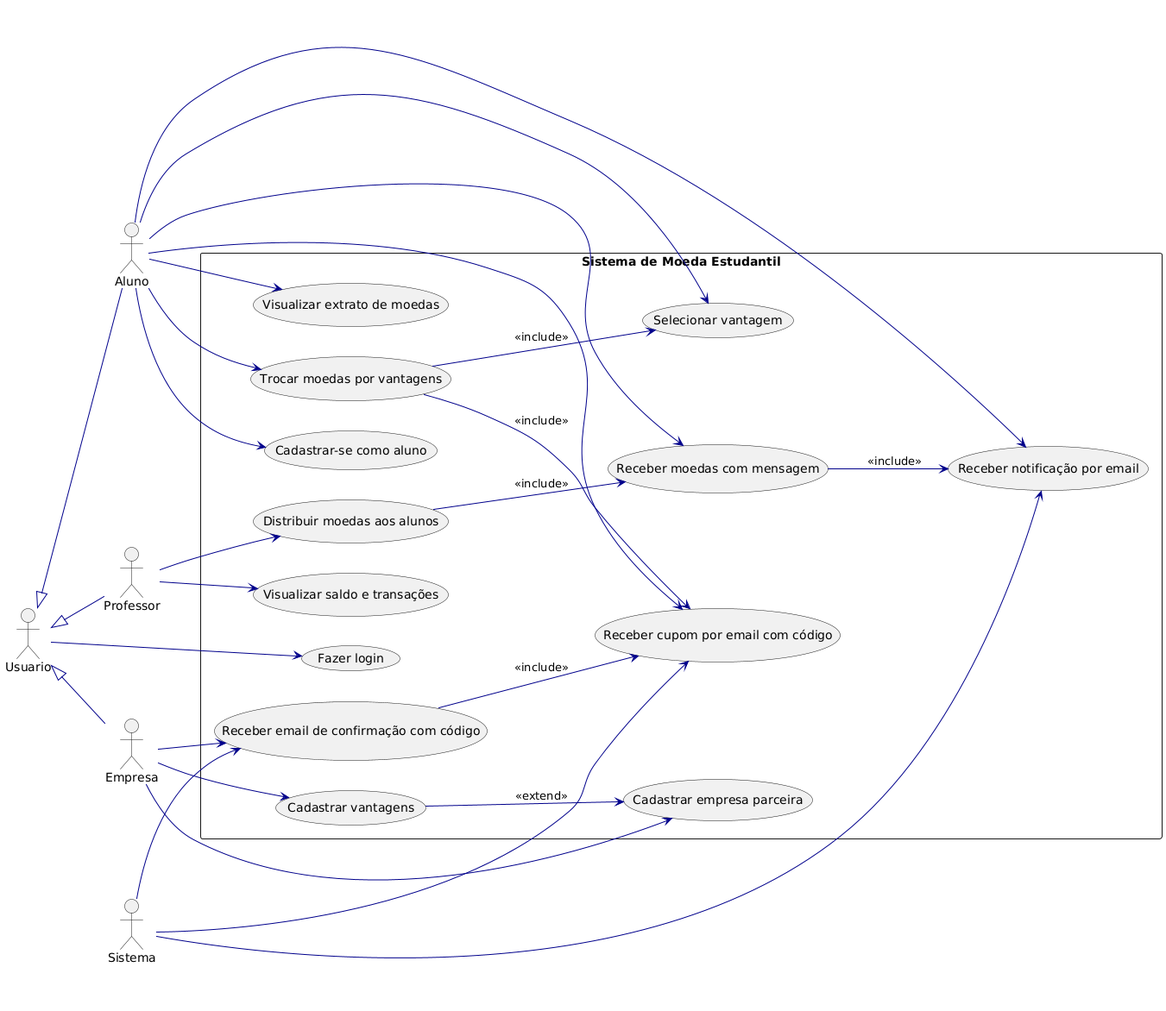
hegdt/lds-3 keeps this PlantUML diagram as project/img/usecase.png. Above is the earlier version. The source it was exported from:
```plantuml
@startuml
left to right direction
skinparam packageStyle rectangle
skinparam usecase {
  ArrowColor DarkBlue
  ActorBorderColor black
  ActorFontStyle bold
  UsecaseBorderColor Navy
  UsecaseFontColor DarkBlue
}

actor Usuario
Usuario<|-- Aluno
Usuario<|-- Professor
Usuario<|-- Empresa
actor Sistema

package "Sistema de Moeda Estudantil" {

  usecase "Fazer login" as UC_Login
  usecase "Cadastrar-se como aluno" as UC_CadAluno
  usecase "Visualizar extrato de moedas" as UC_Extrato
  usecase "Trocar moedas por vantagens" as UC_TrocaMoedas
  usecase "Receber notificação por email" as UC_NotifAluno
  usecase "Receber cupom por email com código" as UC_EmailCupom
  usecase "Distribuir moedas aos alunos" as UC_DistribuirMoedas
  usecase "Visualizar saldo e transações" as UC_SaldoProfessor
  usecase "Cadastrar empresa parceira" as UC_CadEmpresa
  usecase "Cadastrar vantagens" as UC_CadVantagem
  usecase "Receber email de confirmação com código" as UC_ConfirmacaoParceiro
  usecase "Selecionar vantagem" as UC_SelecionarVantagem
  usecase "Receber moedas com mensagem" as UC_ReceberMoedas
}

Usuario --> UC_Login
Aluno --> UC_CadAluno
Aluno --> UC_Extrato
Aluno --> UC_TrocaMoedas
Aluno --> UC_ReceberMoedas
Aluno --> UC_NotifAluno
Aluno --> UC_EmailCupom
Aluno --> UC_SelecionarVantagem

Professor --> UC_DistribuirMoedas
Professor --> UC_SaldoProfessor

Empresa --> UC_CadEmpresa
Empresa --> UC_CadVantagem
Empresa --> UC_ConfirmacaoParceiro

Sistema --> UC_NotifAluno
Sistema --> UC_EmailCupom
Sistema --> UC_ConfirmacaoParceiro

UC_TrocaMoedas --> UC_SelecionarVantagem : <<include>>
UC_TrocaMoedas --> UC_EmailCupom : <<include>>

UC_DistribuirMoedas --> UC_ReceberMoedas : <<include>>
UC_ReceberMoedas --> UC_NotifAluno : <<include>>

UC_CadVantagem --> UC_CadEmpresa : <<extend>>
UC_ConfirmacaoParceiro --> UC_EmailCupom : <<include>>
@enduml
```
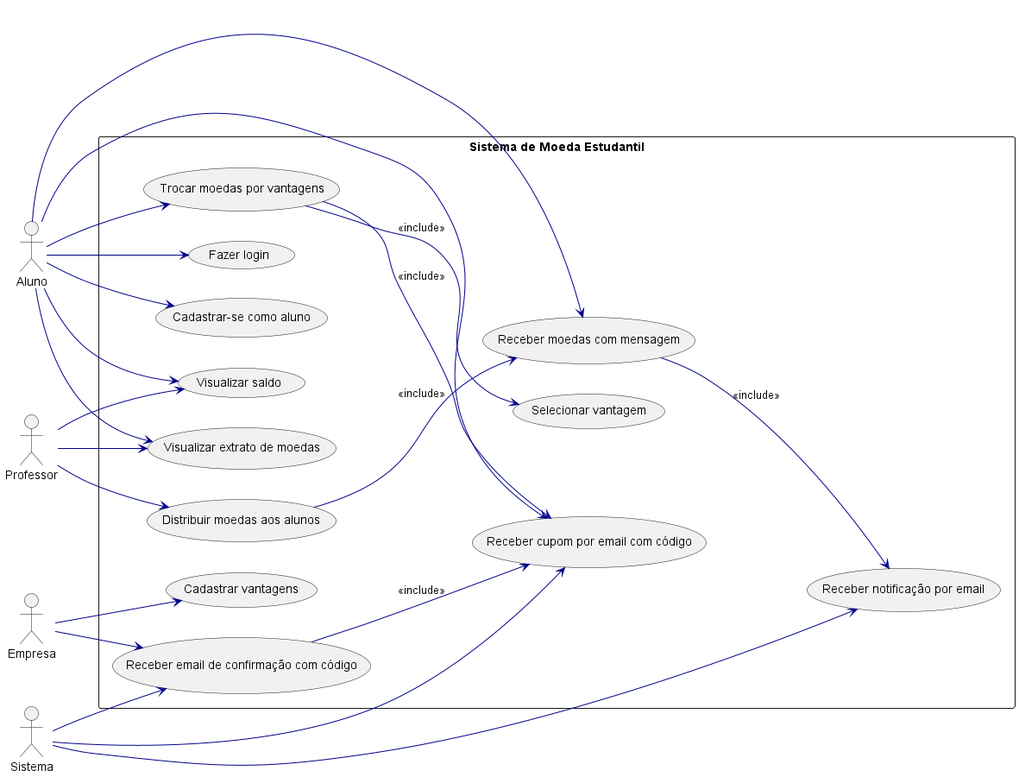
Above is the later version.

Diff of the diagram source:
```diff
@@ -9,42 +9,40 @@
   UsecaseFontColor DarkBlue
 }
 
-actor Usuario
-Usuario<|-- Aluno
-Usuario<|-- Professor
-Usuario<|-- Empresa
+actor Aluno
+actor Professor
+actor Empresa
 actor Sistema
 
 package "Sistema de Moeda Estudantil" {
 
   usecase "Fazer login" as UC_Login
   usecase "Cadastrar-se como aluno" as UC_CadAluno
+  usecase "Visualizar saldo" as UC_Saldo
   usecase "Visualizar extrato de moedas" as UC_Extrato
   usecase "Trocar moedas por vantagens" as UC_TrocaMoedas
+  usecase "Selecionar vantagem" as UC_SelecionarVantagem
+  usecase "Receber cupom por email com código" as UC_EmailCupom
+  usecase "Receber moedas com mensagem" as UC_ReceberMoedas
   usecase "Receber notificação por email" as UC_NotifAluno
-  usecase "Receber cupom por email com código" as UC_EmailCupom
+
   usecase "Distribuir moedas aos alunos" as UC_DistribuirMoedas
-  usecase "Visualizar saldo e transações" as UC_SaldoProfessor
-  usecase "Cadastrar empresa parceira" as UC_CadEmpresa
   usecase "Cadastrar vantagens" as UC_CadVantagem
   usecase "Receber email de confirmação com código" as UC_ConfirmacaoParceiro
-  usecase "Selecionar vantagem" as UC_SelecionarVantagem
-  usecase "Receber moedas com mensagem" as UC_ReceberMoedas
 }
 
-Usuario --> UC_Login
+Aluno --> UC_Login
 Aluno --> UC_CadAluno
+Aluno --> UC_Saldo
 Aluno --> UC_Extrato
 Aluno --> UC_TrocaMoedas
 Aluno --> UC_ReceberMoedas
-Aluno --> UC_NotifAluno
 Aluno --> UC_EmailCupom
-Aluno --> UC_SelecionarVantagem
 
 Professor --> UC_DistribuirMoedas
-Professor --> UC_SaldoProfessor
+Professor --> UC_Saldo
+Professor --> UC_Extrato
 
-Empresa --> UC_CadEmpresa
 Empresa --> UC_CadVantagem
 Empresa --> UC_ConfirmacaoParceiro
 
@@ -54,10 +52,8 @@
 
 UC_TrocaMoedas --> UC_SelecionarVantagem : <<include>>
 UC_TrocaMoedas --> UC_EmailCupom : <<include>>
-
 UC_DistribuirMoedas --> UC_ReceberMoedas : <<include>>
 UC_ReceberMoedas --> UC_NotifAluno : <<include>>
+UC_ConfirmacaoParceiro --> UC_EmailCupom : <<include>>
 
-UC_CadVantagem --> UC_CadEmpresa : <<extend>>
-UC_ConfirmacaoParceiro --> UC_EmailCupom : <<include>>
 @enduml
```
